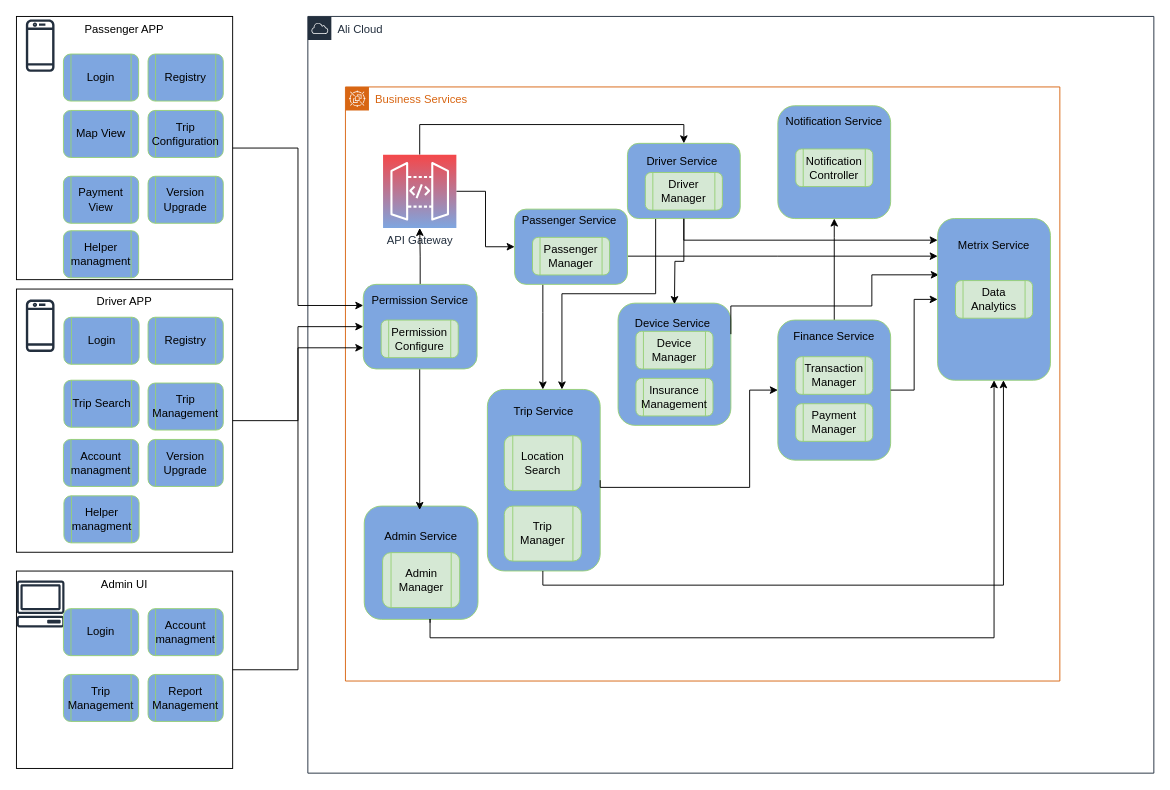
JackZhao2517/drawio_folder keeps this draw.io diagram as page "Component Model" (4 of 5) of DD_Logical_Arch_overview.drawio. Above is the earlier version. Source tidied: cells renumbered, new cells numbered last; positions are measured from the earlier drawing's top-left corner, leaving out a move shared by most shapes. Both pictures are drawn from the tidied source at 94%, with x=0, y=0 at pixel (16, 16).
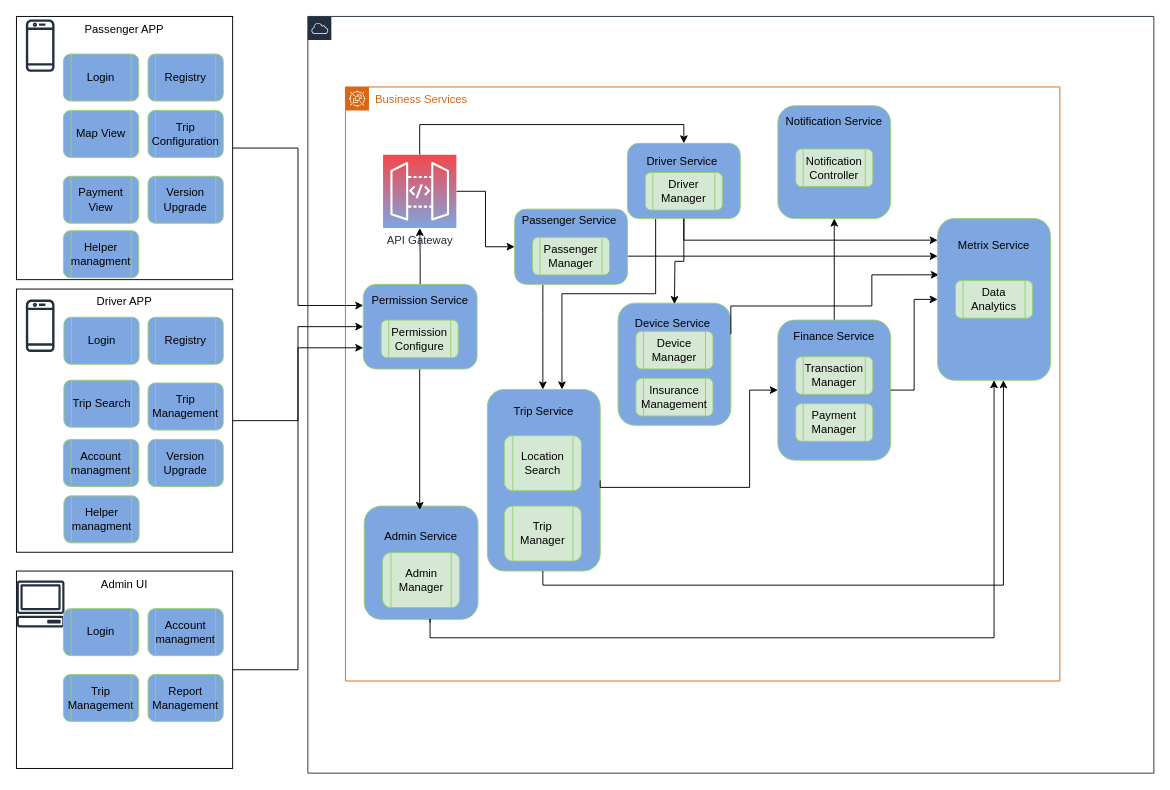
The same diagram, later.

Diff of the diagram source:
```diff
@@
-    <mxCell id="2" value="Ali Cloud" style="gradientColor=none;html=1;whiteSpace=wrap;fontSize=12;fontStyle=0;shape=mxgraph.aws4.group;grIcon=mxgraph.aws4.group_aws_cloud;strokeColor=#232F3E;fillColor=none;verticalAlign=top;align=left;spacingLeft=30;fontColor=#232F3E;dashed=0;rounded=1;shadow=0;" parent="1" vertex="1">
+    <mxCell id="2" style="gradientColor=none;html=1;whiteSpace=wrap;fontSize=12;fontStyle=0;shape=mxgraph.aws4.group;grIcon=mxgraph.aws4.group_aws_cloud;strokeColor=#232F3E;fillColor=none;verticalAlign=top;align=left;spacingLeft=30;fontColor=#232F3E;dashed=0;rounded=1;shadow=0;" parent="1" vertex="1">
       <mxGeometry x="310" width="900" height="805" as="geometry" />
     </mxCell>
```
